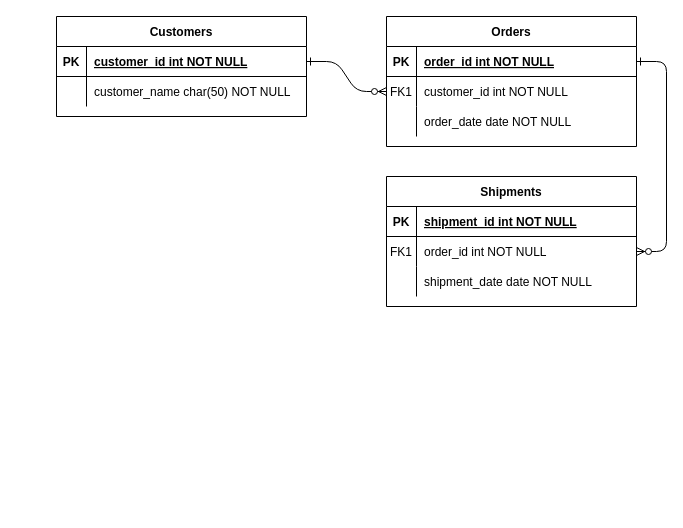
Before: page "Page-1" (1 of 2) of Extraclase/Modelo de dominio/MER.drawio in DOOPan2022/Presupuesto, a draw.io diagram. Source tidied: cells renumbered, new cells numbered last; positions are measured from the earlier drawing's top-left corner, leaving out a move shared by most shapes. Both pictures are drawn from the tidied source at 100%, with x=0, y=0 at pixel (56, 16).
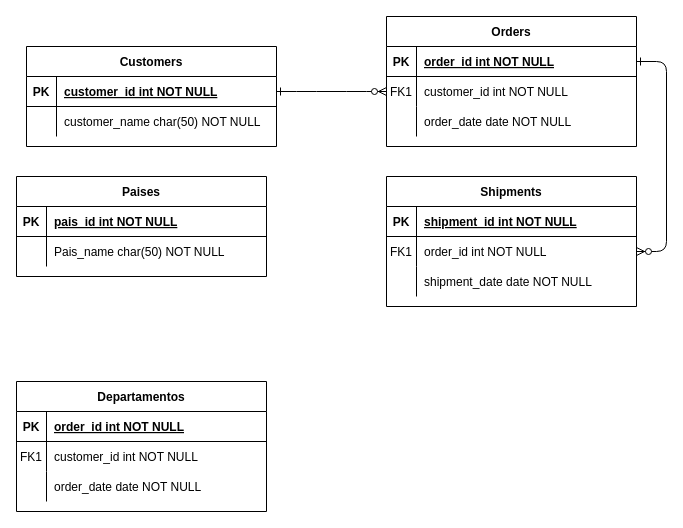
The same page after the edit.

Change to the diagram source:
```diff
@@
     <mxCell id="24" value="Customers" style="shape=table;startSize=30;childLayout=tableLayout;rowLines=0;fontStyle=1;align=center;" parent="1" vertex="1">
-      <mxGeometry width="250" height="100" as="geometry" />
+      <mxGeometry x="-30" y="30" width="250" height="100" as="geometry" />
     </mxCell>
@@
+    <mxCell id="31" value="Paises" style="shape=table;startSize=30;childLayout=tableLayout;rowLines=0;fontStyle=1;align=center;" parent="1" vertex="1">
+      <mxGeometry x="-40" y="160" width="250" height="100" as="geometry" />
+    </mxCell>
+    <mxCell id="32" style="shape=partialRectangle;fillColor=none;top=0;left=0;right=0;bottom=1;" parent="31" vertex="1">
+      <mxGeometry y="30" width="250" height="30" as="geometry" />
+    </mxCell>
+    <mxCell id="33" value="PK" style="shape=partialRectangle;overflow=hidden;fillColor=none;top=0;left=0;bottom=0;right=0;fontStyle=1;" parent="32" vertex="1">
+      <mxGeometry width="30" height="30" as="geometry" />
+    </mxCell>
+    <mxCell id="34" value="pais_id int NOT NULL " style="shape=partialRectangle;overflow=hidden;fillColor=none;top=0;left=0;bottom=0;right=0;align=left;spacingLeft=6;fontStyle=5;" parent="32" vertex="1">
+      <mxGeometry x="30" width="220" height="30" as="geometry" />
+    </mxCell>
+    <mxCell id="35" style="shape=partialRectangle;fillColor=none;top=0;left=0;right=0;bottom=0;" parent="31" vertex="1">
+      <mxGeometry y="60" width="250" height="30" as="geometry" />
+    </mxCell>
+    <mxCell id="36" style="shape=partialRectangle;overflow=hidden;fillColor=none;top=0;left=0;bottom=0;right=0;" parent="35" vertex="1">
+      <mxGeometry width="30" height="30" as="geometry" />
+    </mxCell>
+    <mxCell id="37" value="Pais_name char(50) NOT NULL" style="shape=partialRectangle;overflow=hidden;fillColor=none;top=0;left=0;bottom=0;right=0;align=left;spacingLeft=6;" parent="35" vertex="1">
+      <mxGeometry x="30" width="220" height="30" as="geometry" />
+    </mxCell>
+    <mxCell id="38" value="Departamentos" style="shape=table;startSize=30;childLayout=tableLayout;rowLines=0;fontStyle=1;align=center;" parent="1" vertex="1">
+      <mxGeometry x="-40" y="365" width="250" height="130" as="geometry" />
+    </mxCell>
+    <mxCell id="39" style="shape=partialRectangle;fillColor=none;top=0;left=0;right=0;bottom=1;" parent="38" vertex="1">
+      <mxGeometry y="30" width="250" height="30" as="geometry" />
+    </mxCell>
+    <mxCell id="40" value="PK" style="shape=partialRectangle;overflow=hidden;fillColor=none;top=0;left=0;bottom=0;right=0;fontStyle=1;" parent="39" vertex="1">
+      <mxGeometry width="30" height="30" as="geometry" />
+    </mxCell>
+    <mxCell id="41" value="order_id int NOT NULL " style="shape=partialRectangle;overflow=hidden;fillColor=none;top=0;left=0;bottom=0;right=0;align=left;spacingLeft=6;fontStyle=5;" parent="39" vertex="1">
+      <mxGeometry x="30" width="220" height="30" as="geometry" />
+    </mxCell>
+    <mxCell id="42" style="shape=partialRectangle;fillColor=none;top=0;left=0;right=0;bottom=0;" parent="38" vertex="1">
+      <mxGeometry y="60" width="250" height="30" as="geometry" />
+    </mxCell>
+    <mxCell id="43" value="FK1" style="shape=partialRectangle;overflow=hidden;fillColor=none;top=0;left=0;bottom=0;right=0;" parent="42" vertex="1">
+      <mxGeometry width="30" height="30" as="geometry" />
+    </mxCell>
+    <mxCell id="44" value="customer_id int NOT NULL" style="shape=partialRectangle;overflow=hidden;fillColor=none;top=0;left=0;bottom=0;right=0;align=left;spacingLeft=6;" parent="42" vertex="1">
+      <mxGeometry x="30" width="220" height="30" as="geometry" />
+    </mxCell>
+    <mxCell id="45" style="shape=partialRectangle;fillColor=none;top=0;left=0;right=0;bottom=0;" parent="38" vertex="1">
+      <mxGeometry y="90" width="250" height="30" as="geometry" />
+    </mxCell>
+    <mxCell id="46" style="shape=partialRectangle;overflow=hidden;fillColor=none;top=0;left=0;bottom=0;right=0;" parent="45" vertex="1">
+      <mxGeometry width="30" height="30" as="geometry" />
+    </mxCell>
+    <mxCell id="47" value="order_date date NOT NULL" style="shape=partialRectangle;overflow=hidden;fillColor=none;top=0;left=0;bottom=0;right=0;align=left;spacingLeft=6;" parent="45" vertex="1">
+      <mxGeometry x="30" width="220" height="30" as="geometry" />
+    </mxCell>
```
